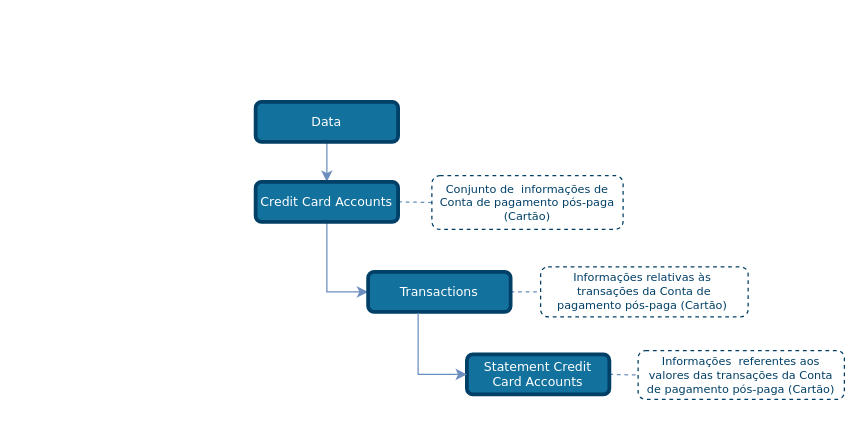
OpenBanking-Brasil/areadesenvolvedor keeps this draw.io diagram as draw_io_diagrams/credit_cards/TLD_CreditCardAccount_Transactions.drawio. Above is the earlier version. Source tidied: cells renumbered, new cells numbered last; positions are measured from the earlier drawing's top-left corner, leaving out a move shared by most shapes. Both pictures are drawn from the tidied source at 125%, with x=0, y=0 at pixel (255, 101).
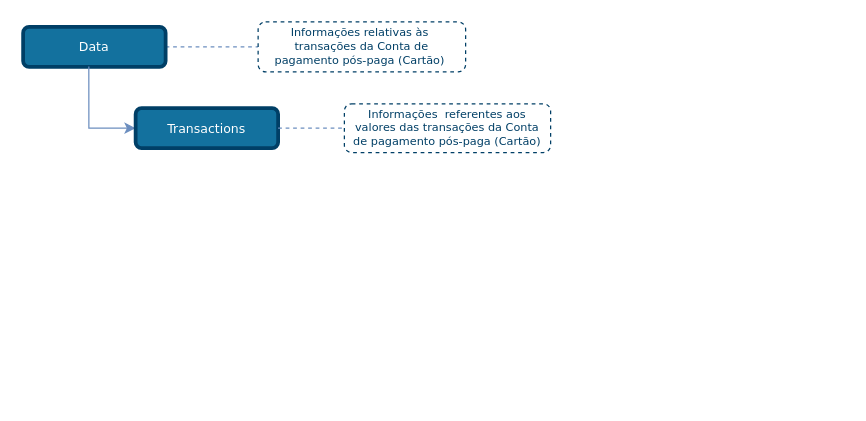
After the change.

Commit message (it also covers changes not shown here):
Credit Cards Account - Update TLDs

The edit, as a diff of the source:
```diff
@@
 <mxGraphModel>
   <root>
     <mxCell id="0" />
     <mxCell id="1" parent="0" />
-    <mxCell id="2" style="edgeStyle=none;rounded=1;jettySize=auto;html=1;entryX=0;entryY=0.5;entryDx=0;entryDy=0;dashed=1;endArrow=none;endFill=0;endSize=6;strokeColor=#6C8EBF;exitX=1;exitY=0.5;exitDx=0;exitDy=0;" parent="1" edge="1" source="10" target="8">
+    <mxCell id="2" style="edgeStyle=none;rounded=1;jettySize=auto;html=1;entryX=0;entryY=0.5;entryDx=0;entryDy=0;dashed=1;endArrow=none;endFill=0;endSize=6;strokeColor=#6C8EBF;exitX=1;exitY=0.5;exitDx=0;exitDy=0;" parent="1" edge="1" source="4" target="8">
       <mxGeometry relative="1" as="geometry" />
     </mxCell>
-    <mxCell id="3" style="edgeStyle=orthogonalEdgeStyle;rounded=0;jettySize=auto;html=1;exitX=0.5;exitY=1;exitDx=0;exitDy=0;entryX=0.5;entryY=0;entryDx=0;entryDy=0;endSize=6;fillColor=#dae8fc;strokeColor=#6c8ebf;comic=0;shadow=0;backgroundOutline=0;snapToPoint=0;fixDash=0;endArrow=classic;endFill=1;" parent="1" edge="1" source="4">
-      <mxGeometry relative="1" as="geometry">
-        <mxPoint x="57" y="64" as="targetPoint" />
-      </mxGeometry>
-    </mxCell>
     <mxCell id="4" value="Data" style="rounded=1;whiteSpace=wrap;html=1;comic=0;shadow=0;backgroundOutline=0;snapToPoint=0;fixDash=0;strokeWidth=3;fontFamily=Verdana;fontStyle=0;labelBackgroundColor=none;labelBorderColor=none;fontSize=10;fillColor=#13719E;strokeColor=#003F66;fontColor=#ffffff;" parent="1" vertex="1">
-      <mxGeometry width="114" height="32" as="geometry" />
+      <mxGeometry x="-186" y="-60" width="114" height="32" as="geometry" />
     </mxCell>
-    <mxCell id="5" style="edgeStyle=orthogonalEdgeStyle;rounded=0;jettySize=auto;html=1;exitX=0.5;exitY=1;exitDx=0;exitDy=0;entryX=0;entryY=0.5;entryDx=0;entryDy=0;strokeColor=#6C8EBF;endArrow=classic;endFill=1;" parent="1" edge="1" source="9" target="10">
+    <mxCell id="5" style="edgeStyle=orthogonalEdgeStyle;rounded=0;jettySize=auto;html=1;entryX=0;entryY=0.5;entryDx=0;entryDy=0;strokeColor=#6C8EBF;endArrow=classic;endFill=1;exitX=0.461;exitY=0.993;exitDx=0;exitDy=0;exitPerimeter=0;" parent="1" edge="1" source="4" target="10">
       <mxGeometry relative="1" as="geometry" />
     </mxCell>
-    <mxCell id="6" style="edgeStyle=none;rounded=1;jettySize=auto;html=1;exitX=1;exitY=0.5;exitDx=0;exitDy=0;entryX=0;entryY=0.5;entryDx=0;entryDy=0;dashed=1;endArrow=none;endFill=0;endSize=6;strokeColor=#6C8EBF;" parent="1" edge="1" source="9" target="7">
-      <mxGeometry relative="1" as="geometry" />
-    </mxCell>
-    <mxCell id="7" value="&lt;font style=&quot;font-size: 9px&quot;&gt;Conjunto de&amp;nbsp; informações de Conta de pagamento pós-paga (Cartão)&lt;/font&gt;" style="rounded=1;whiteSpace=wrap;html=1;shadow=0;comic=0;strokeColor=#003F66;strokeWidth=1;fillColor=#ffffff;fontFamily=Verdana;fontSize=9;fontColor=#003F66;dashed=1;spacingLeft=5;spacing=0;spacingRight=5;spacingBottom=5;spacingTop=5;align=center;verticalAlign=middle;gradientColor=#ffffff;" parent="1" vertex="1">
-      <mxGeometry x="141" y="59" width="153" height="43" as="geometry" />
-    </mxCell>
     <mxCell id="8" value="&lt;font style=&quot;font-size: 9px&quot;&gt;Informações relativas às&amp;nbsp; transações da Conta de pagamento pós-paga (Cartão)&amp;nbsp;&lt;/font&gt;" style="rounded=1;whiteSpace=wrap;html=1;shadow=0;comic=0;strokeColor=#003F66;strokeWidth=1;fillColor=#ffffff;fontFamily=Verdana;fontSize=9;fontColor=#003F66;dashed=1;spacingLeft=5;spacing=0;spacingRight=5;spacingBottom=5;spacingTop=5;align=center;verticalAlign=middle;gradientColor=#ffffff;" parent="1" vertex="1">
-      <mxGeometry x="228" y="132" width="166" height="40" as="geometry" />
+      <mxGeometry x="2" y="-64" width="166" height="40" as="geometry" />
     </mxCell>
-    <mxCell id="9" value="Credit Card Accounts" style="rounded=1;whiteSpace=wrap;html=1;comic=0;shadow=0;backgroundOutline=0;snapToPoint=0;fixDash=0;strokeWidth=3;fontFamily=Verdana;fontStyle=0;labelBackgroundColor=none;labelBorderColor=none;fontSize=10;fillColor=#13719E;strokeColor=#003F66;fontColor=#ffffff;" parent="1" vertex="1">
-      <mxGeometry y="64" width="114" height="32" as="geometry" />
-    </mxCell>
     <mxCell id="10" value="Transactions" style="rounded=1;whiteSpace=wrap;html=1;comic=0;shadow=0;backgroundOutline=0;snapToPoint=0;fixDash=0;strokeWidth=3;fontFamily=Verdana;fontStyle=0;labelBackgroundColor=none;labelBorderColor=none;fontSize=10;fillColor=#13719E;strokeColor=#003F66;fontColor=#ffffff;" parent="1" vertex="1">
-      <mxGeometry x="90" y="136" width="114" height="32" as="geometry" />
+      <mxGeometry x="-96" y="5" width="114" height="32" as="geometry" />
     </mxCell>
-    <mxCell id="11" style="edgeStyle=none;rounded=1;jettySize=auto;html=1;entryX=0;entryY=0.5;entryDx=0;entryDy=0;dashed=1;endArrow=none;endFill=0;endSize=6;strokeColor=#6C8EBF;exitX=1;exitY=0.5;exitDx=0;exitDy=0;" parent="1" edge="1" source="13" target="12">
+    <mxCell id="11" style="edgeStyle=none;rounded=1;jettySize=auto;html=1;entryX=0;entryY=0.5;entryDx=0;entryDy=0;dashed=1;endArrow=none;endFill=0;endSize=6;strokeColor=#6C8EBF;exitX=1;exitY=0.5;exitDx=0;exitDy=0;" parent="1" edge="1" source="10" target="12">
       <mxGeometry relative="1" as="geometry" />
     </mxCell>
     <mxCell id="12" value="&lt;font style=&quot;font-size: 9px&quot;&gt;Informações&amp;nbsp; referentes aos valores das transações da Conta de pagamento pós-paga (Cartão)&lt;/font&gt;" style="rounded=1;whiteSpace=wrap;html=1;shadow=0;comic=0;strokeColor=#003F66;strokeWidth=1;fillColor=#ffffff;fontFamily=Verdana;fontSize=9;fontColor=#003F66;dashed=1;spacingLeft=5;spacing=0;spacingRight=5;spacingBottom=5;spacingTop=5;align=center;verticalAlign=middle;gradientColor=#ffffff;" parent="1" vertex="1">
-      <mxGeometry x="306" y="199" width="165" height="39" as="geometry" />
+      <mxGeometry x="71" y="1.5" width="165" height="39" as="geometry" />
     </mxCell>
-    <mxCell id="13" value="Statement Credit Card Accounts" style="rounded=1;whiteSpace=wrap;html=1;comic=0;shadow=0;backgroundOutline=0;snapToPoint=0;fixDash=0;strokeWidth=3;fontFamily=Verdana;fontStyle=0;labelBackgroundColor=none;labelBorderColor=none;fontSize=10;fillColor=#13719E;strokeColor=#003F66;fontColor=#ffffff;" parent="1" vertex="1">
-      <mxGeometry x="169" y="202" width="114" height="32" as="geometry" />
-    </mxCell>
-    <mxCell id="14" style="edgeStyle=orthogonalEdgeStyle;rounded=0;jettySize=auto;html=1;exitX=0.351;exitY=1.026;exitDx=0;exitDy=0;entryX=0;entryY=0.5;entryDx=0;entryDy=0;strokeColor=#6C8EBF;endArrow=classic;endFill=1;exitPerimeter=0;" parent="1" edge="1" source="10" target="13">
-      <mxGeometry relative="1" as="geometry" />
-    </mxCell>
   </root>
 </mxGraphModel>
```
